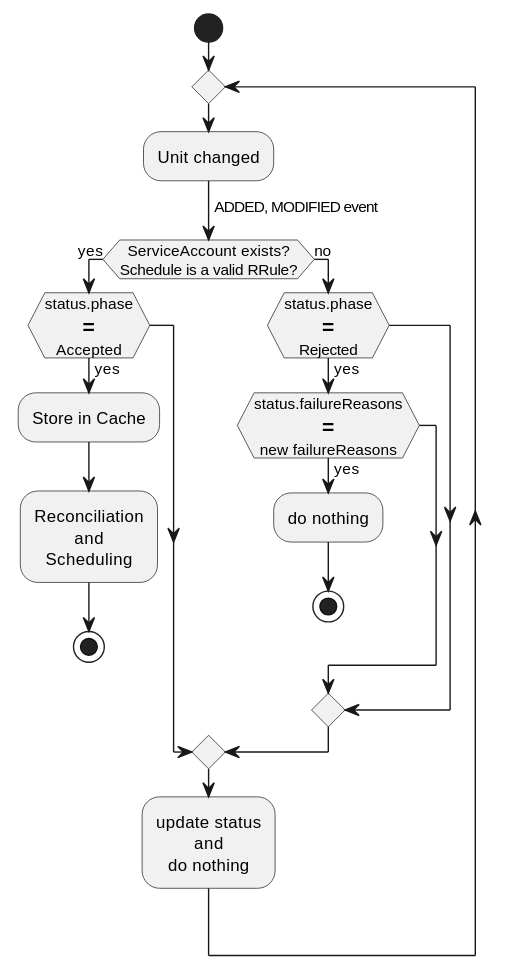
Above: static/img/docs/workflows/unit-admission.svg in link-society/kubirds-website (PlantUML), before the change. Its diagram source:
```plantuml
@startuml ../../static/img/docs/workflows/unit-admission
skinparam defaultTextAlignment center

start

repeat
  :Unit changed;
  ->ADDED, MODIFIED event;
  if (ServiceAccount exists?\nSchedule is a valid RRule?) then (yes)
    if (status.phase\n==\nAccepted) then (yes)
      :Store in Cache;
      :Reconciliation\nand\nScheduling;
      stop
    endif
  else (no)
    if (status.phase\n==\nRejected) then (yes)
      if (status.failureReasons\n==\nnew failureReasons) then (yes)
        :do nothing;
        stop
      endif
    endif
  endif
  :update status\nand\ndo nothing;


@enduml
```
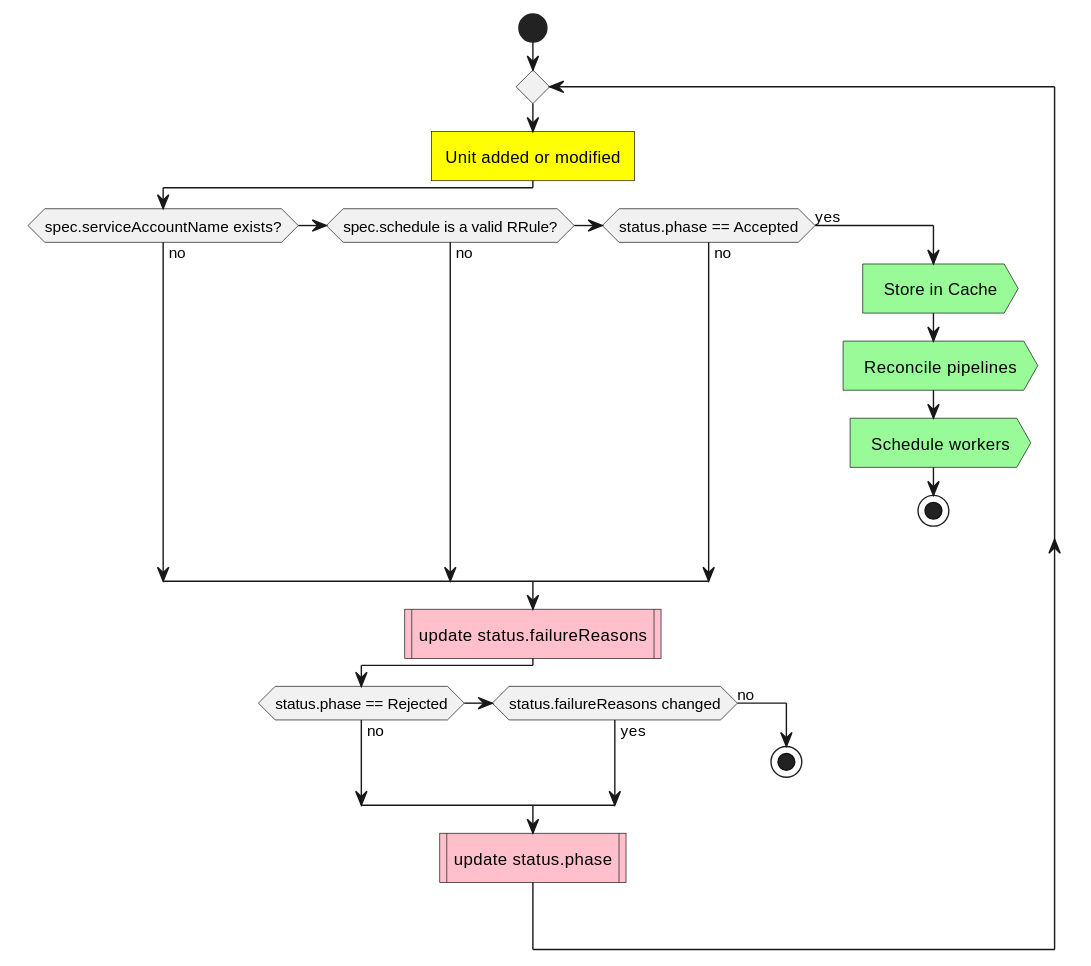
After the commit.

Change to the diagram source:
```diff
@@ -4,23 +4,21 @@
 start
 
 repeat
-  :Unit changed;
-  ->ADDED, MODIFIED event;
-  if (ServiceAccount exists?\nSchedule is a valid RRule?) then (yes)
-    if (status.phase\n==\nAccepted) then (yes)
-      :Store in Cache;
-      :Reconciliation\nand\nScheduling;
-      stop
-    endif
+  #yellow:Unit added or modified]
+  if (spec.serviceAccountName exists?) then (no)
+  elseif (spec.schedule is a valid RRule?) then (no)
+  elseif (status.phase == Accepted) then (no)
+  else (yes)
+    #palegreen:Store in Cache>
+    #palegreen:Reconcile pipelines>
+    #palegreen:Schedule workers>
+    stop
+  endif
+  #pink:update status.failureReasons|
+  if (status.phase == Rejected) then (no)
+  elseif (status.failureReasons changed) then (yes)
   else (no)
-    if (status.phase\n==\nRejected) then (yes)
-      if (status.failureReasons\n==\nnew failureReasons) then (yes)
-        :do nothing;
-        stop
-      endif
-    endif
+    stop
   endif
-  :update status\nand\ndo nothing;
-
-
+  #pink:update status.phase|
 @enduml
```
